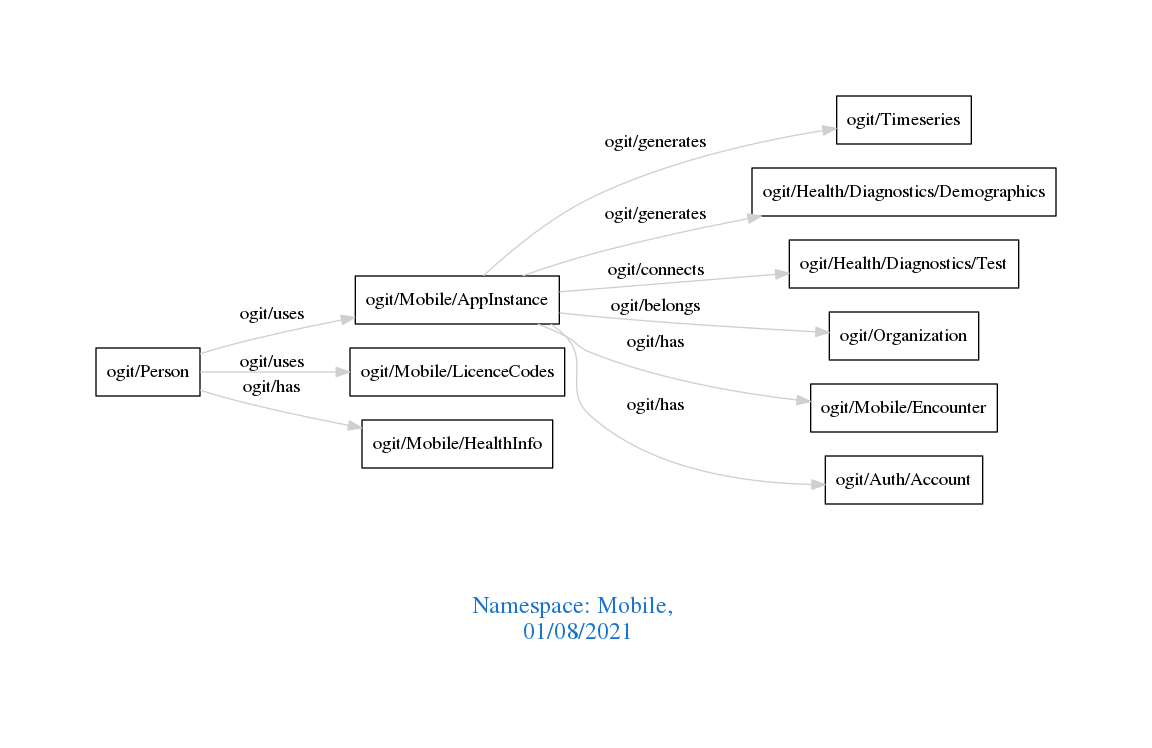
arago/OGIT keeps this Graphviz diagram as downloads/Mobile.png. Above is the earlier version. Its source is kept beside it as downloads/Mobile.dot.
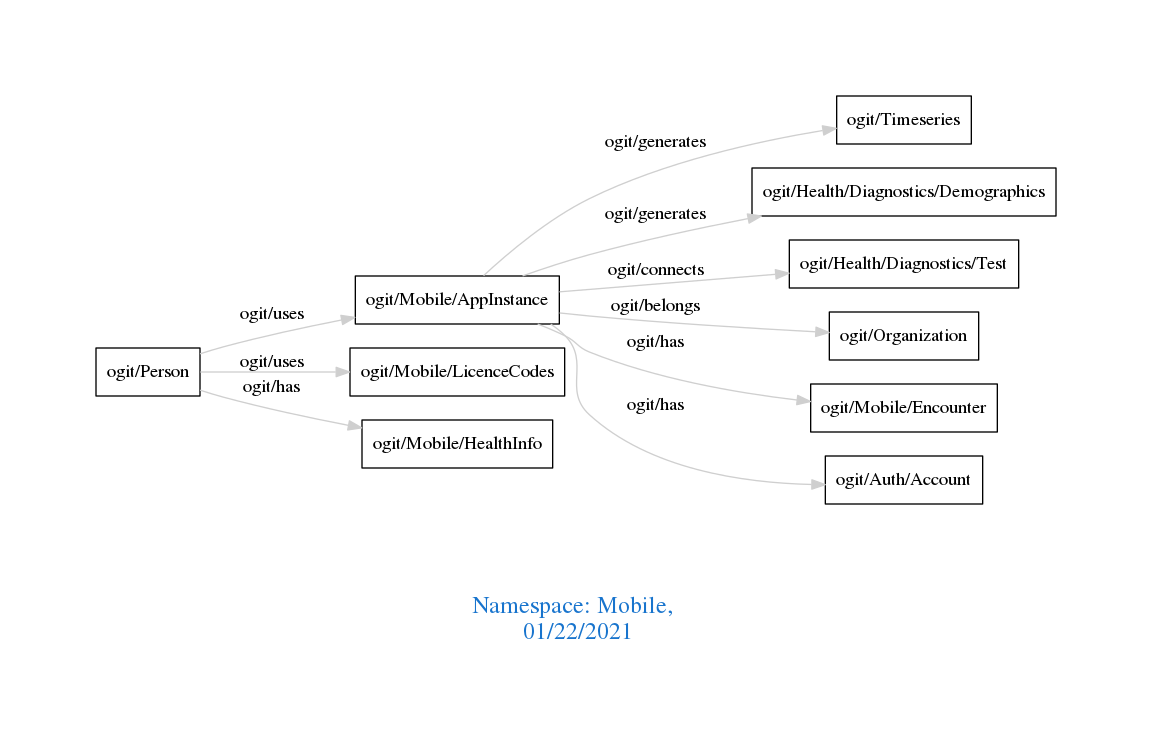
Above is the later version.

Change to the diagram source:
```diff
@@ -1,7 +1,7 @@
 digraph OGIT_ontology {
  graph [ rankdir= LR,pad=1
 fontsize = 18,
-fontcolor= dodgerblue3,label = "\n\n\nNamespace: Mobile, \n 01/08/2021"];
+fontcolor= dodgerblue3,label = "\n\n\nNamespace: Mobile, \n 01/22/2021"];
 node[shape=polygon];
 edge [  color="gray81"];
 
```
